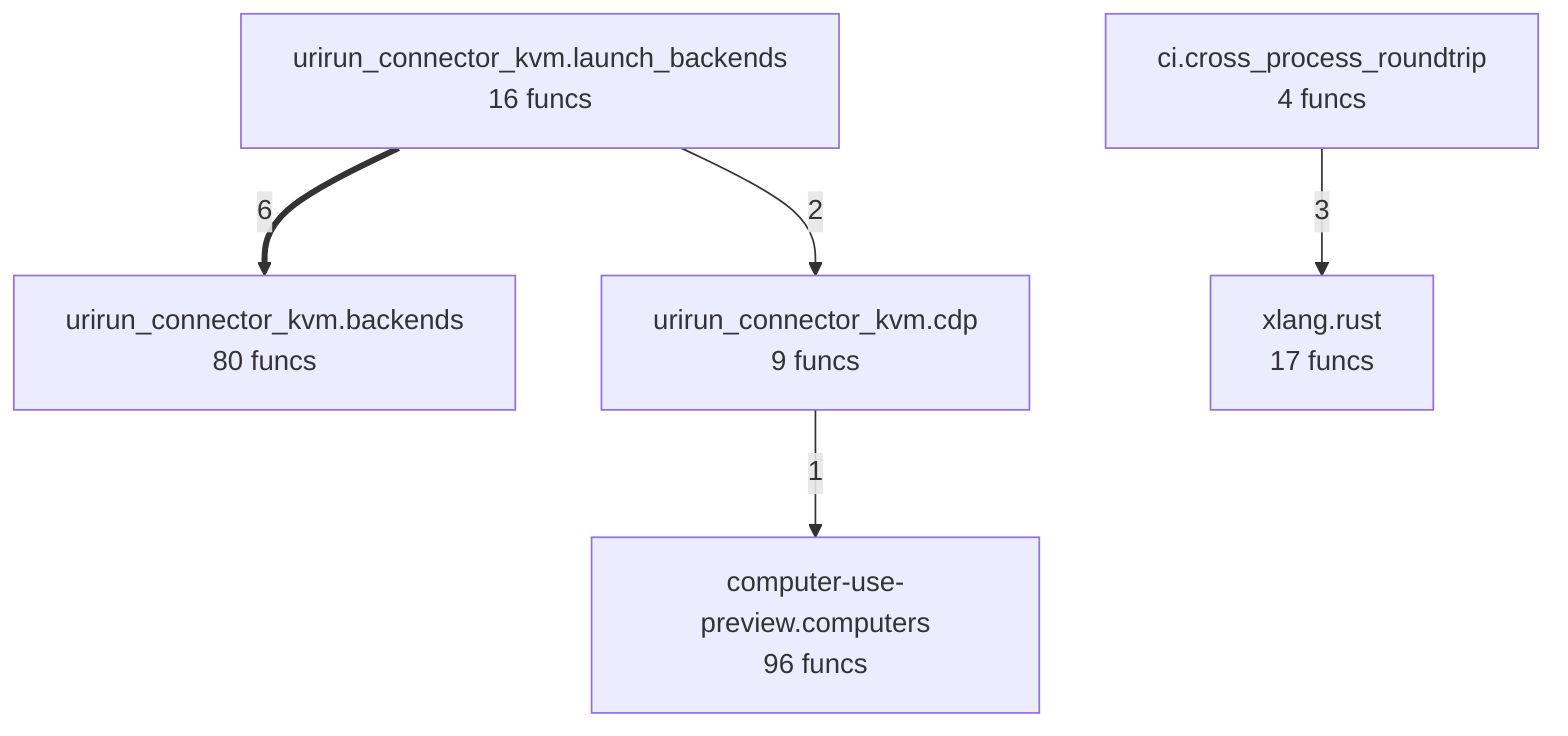
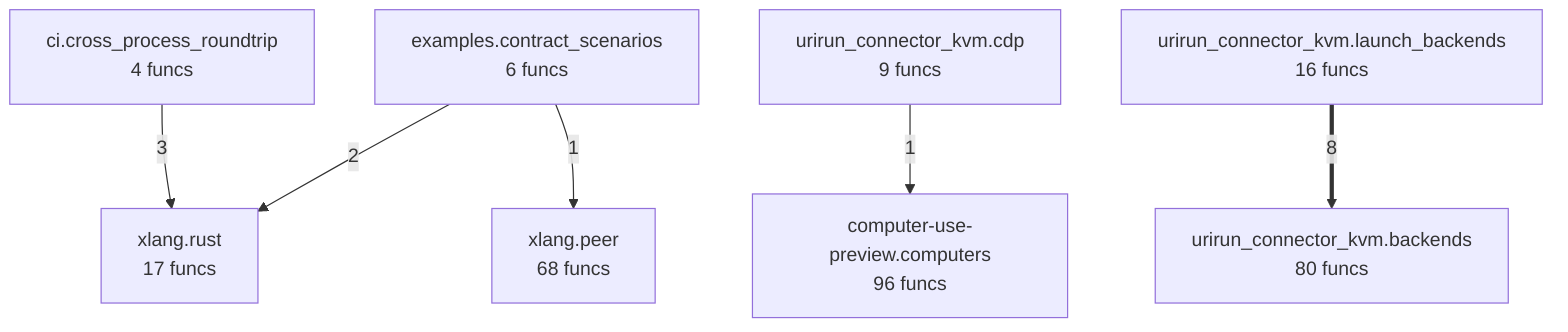
flowchart TD
%% generated in 0.01s
    ci__cross_process_roundtrip["ci.cross_process_roundtrip<br/>4 funcs"]
    computer_use_preview__computers["computer-use-preview.computers<br/>96 funcs"]
+     examples__contract_scenarios["examples.contract_scenarios<br/>6 funcs"]
    urirun_connector_kvm__backends["urirun_connector_kvm.backends<br/>80 funcs"]
    urirun_connector_kvm__cdp["urirun_connector_kvm.cdp<br/>9 funcs"]
    urirun_connector_kvm__launch_backends["urirun_connector_kvm.launch_backends<br/>16 funcs"]
+     xlang__peer["xlang.peer<br/>68 funcs"]
    xlang__rust["xlang.rust<br/>17 funcs"]
-     urirun_connector_kvm__launch_backends ==>|6| urirun_connector_kvm__backends
+     urirun_connector_kvm__launch_backends ==>|8| urirun_connector_kvm__backends
    ci__cross_process_roundtrip -->|3| xlang__rust
-     urirun_connector_kvm__launch_backends -->|2| urirun_connector_kvm__cdp
+     examples__contract_scenarios -->|2| xlang__rust
    urirun_connector_kvm__cdp -->|1| computer_use_preview__computers
+     examples__contract_scenarios -->|1| xlang__peer
